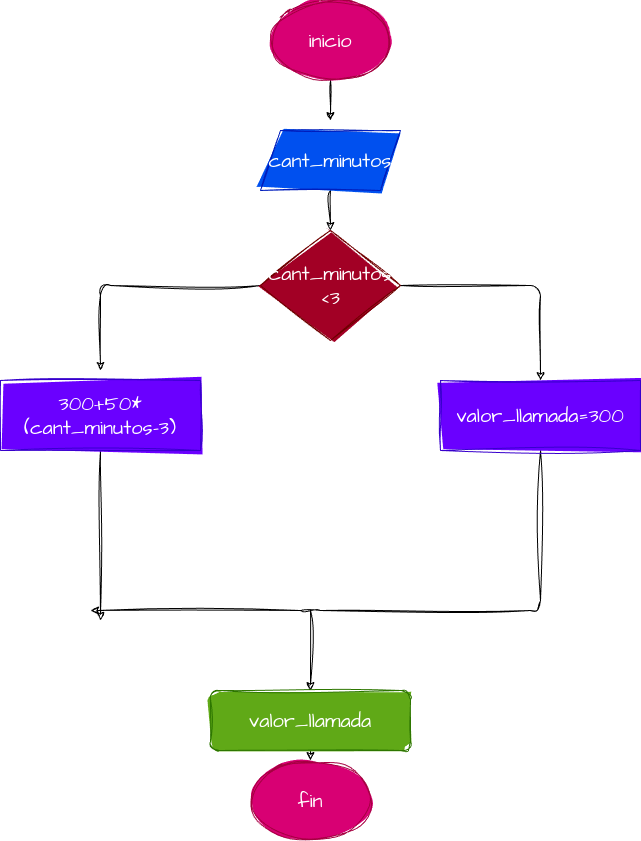
Before: diagrama.png, a diagram exported from draw.io (penguindavid/Condicionales_1). Source tidied: cells renumbered, new cells last; positions are measured from the earlier drawing's top-left corner, leaving out a move shared by most shapes.
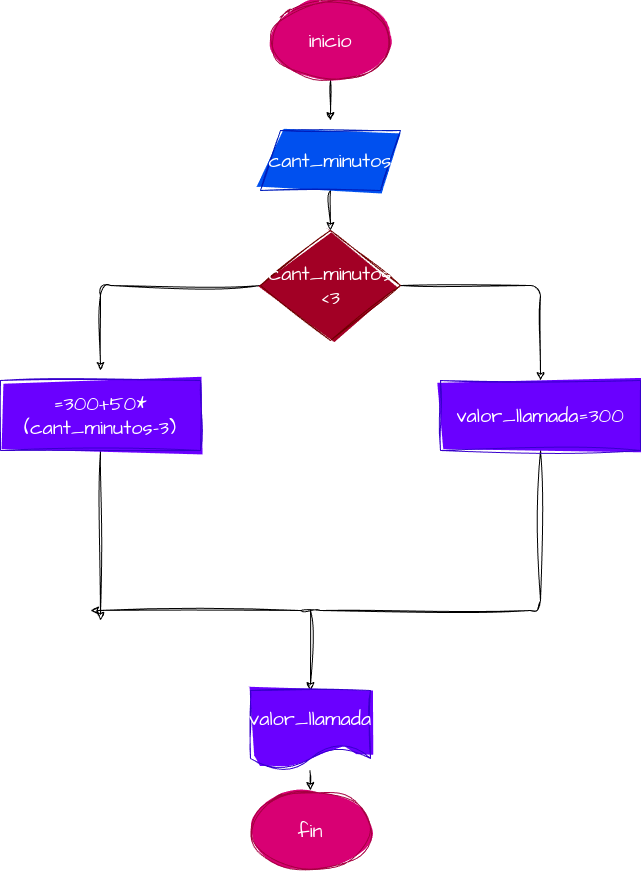
Later version of the same file.

Commit message:
se agrego archivo python

Change to the diagram source:
```diff
@@ -55,7 +55,7 @@
         <mxPoint x="100" y="620" as="targetPoint" />
       </mxGeometry>
     </mxCell>
-    <mxCell id="12" value="300+50*(cant_minutos-3)" style="rounded=0;whiteSpace=wrap;html=1;sketch=1;hachureGap=4;jiggle=2;curveFitting=1;fontFamily=Architects Daughter;fontSource=https%3A%2F%2Ffonts.googleapis.com%2Fcss%3Ffamily%3DArchitects%2BDaughter;fontSize=20;fillStyle=solid;fillColor=#6a00ff;fontColor=#ffffff;strokeColor=#3700CC;" parent="1" vertex="1">
+    <mxCell id="12" value="=300+50*(cant_minutos-3)" style="rounded=0;whiteSpace=wrap;html=1;sketch=1;hachureGap=4;jiggle=2;curveFitting=1;fontFamily=Architects Daughter;fontSource=https%3A%2F%2Ffonts.googleapis.com%2Fcss%3Ffamily%3DArchitects%2BDaughter;fontSize=20;fillStyle=solid;fillColor=#6a00ff;fontColor=#ffffff;strokeColor=#3700CC;" parent="1" vertex="1">
       <mxGeometry y="380" width="200" height="70" as="geometry" />
     </mxCell>
     <mxCell id="13" style="edgeStyle=none;sketch=1;hachureGap=4;jiggle=2;curveFitting=1;html=1;exitX=0.5;exitY=1;exitDx=0;exitDy=0;fontFamily=Architects Daughter;fontSource=https%3A%2F%2Ffonts.googleapis.com%2Fcss%3Ffamily%3DArchitects%2BDaughter;fontSize=16;" parent="1" edge="1">
@@ -64,16 +64,16 @@
         <mxPoint x="310" y="690" as="targetPoint" />
       </mxGeometry>
     </mxCell>
-    <mxCell id="14" style="edgeStyle=none;sketch=1;hachureGap=4;jiggle=2;curveFitting=1;html=1;fontFamily=Architects Daughter;fontSource=https%3A%2F%2Ffonts.googleapis.com%2Fcss%3Ffamily%3DArchitects%2BDaughter;fontSize=16;" parent="1" edge="1" source="15">
+    <mxCell id="14" style="edgeStyle=none;sketch=1;hachureGap=4;jiggle=2;curveFitting=1;html=1;fontFamily=Architects Daughter;fontSource=https%3A%2F%2Ffonts.googleapis.com%2Fcss%3Ffamily%3DArchitects%2BDaughter;fontSize=16;entryX=0.5;entryY=0;entryDx=0;entryDy=0;" parent="1" edge="1" target="16">
       <mxGeometry relative="1" as="geometry">
-        <mxPoint x="310" y="760" as="targetPoint" />
+        <mxPoint x="309.5" y="770" as="sourcePoint" />
       </mxGeometry>
     </mxCell>
+    <mxCell id="16" value="fin" style="ellipse;whiteSpace=wrap;html=1;sketch=1;hachureGap=4;jiggle=2;curveFitting=1;fontFamily=Architects Daughter;fontSource=https%3A%2F%2Ffonts.googleapis.com%2Fcss%3Ffamily%3DArchitects%2BDaughter;fontSize=20;fillColor=#d80073;fontColor=#ffffff;strokeColor=#A50040;fillStyle=solid;" parent="1" vertex="1">
+      <mxGeometry x="250" y="790" width="120" height="80" as="geometry" />
+    </mxCell>
-    <mxCell id="15" value="valor_llamada" style="rounded=1;whiteSpace=wrap;html=1;sketch=1;hachureGap=4;jiggle=2;curveFitting=1;fontFamily=Architects Daughter;fontSource=https%3A%2F%2Ffonts.googleapis.com%2Fcss%3Ffamily%3DArchitects%2BDaughter;fontSize=20;fillStyle=solid;fillColor=#60a917;fontColor=#ffffff;strokeColor=#2D7600;" parent="1" vertex="1">
-      <mxGeometry x="210" y="690" width="200" height="60" as="geometry" />
+    <mxCell id="15" value="valor_llamada" style="shape=document;whiteSpace=wrap;html=1;boundedLbl=1;sketch=1;hachureGap=4;jiggle=2;fillStyle=solid;curveFitting=1;fontFamily=Architects Daughter;fontSource=https%3A%2F%2Ffonts.googleapis.com%2Fcss%3Ffamily%3DArchitects%2BDaughter;fontSize=20;gradientDirection=radial;fillColor=#6a00ff;fontColor=#ffffff;strokeColor=#3700CC;" parent="1" vertex="1">
+      <mxGeometry x="250" y="690" width="120" height="80" as="geometry" />
     </mxCell>
-    <mxCell id="16" value="fin" style="ellipse;whiteSpace=wrap;html=1;sketch=1;hachureGap=4;jiggle=2;curveFitting=1;fontFamily=Architects Daughter;fontSource=https%3A%2F%2Ffonts.googleapis.com%2Fcss%3Ffamily%3DArchitects%2BDaughter;fontSize=20;fillColor=#d80073;fontColor=#ffffff;strokeColor=#A50040;fillStyle=solid;" parent="1" vertex="1">
-      <mxGeometry x="250" y="760" width="120" height="80" as="geometry" />
-    </mxCell>
   </root>
 </mxGraphModel>
```
